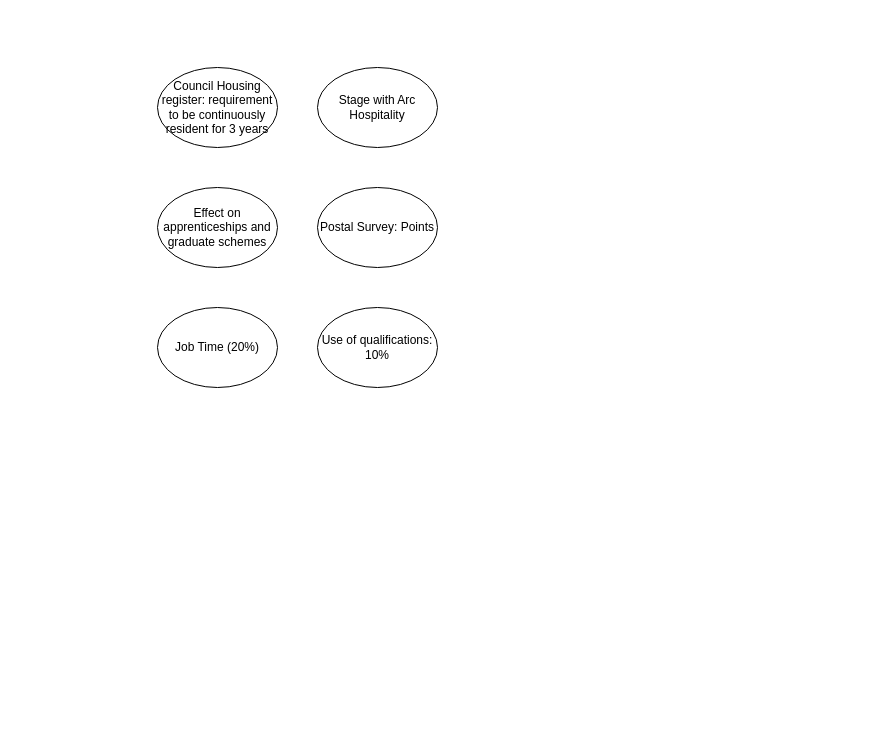
lbur092/New-Zealand-process keeps this draw.io diagram as Untitled Diagram.drawio. Above is the earlier version. Source tidied: cells renumbered, new cells numbered last; positions are measured from the earlier drawing's top-left corner, leaving out a move shared by most shapes. Both pictures are drawn from the tidied source at 100%, with x=0, y=0 at pixel (157, 67).
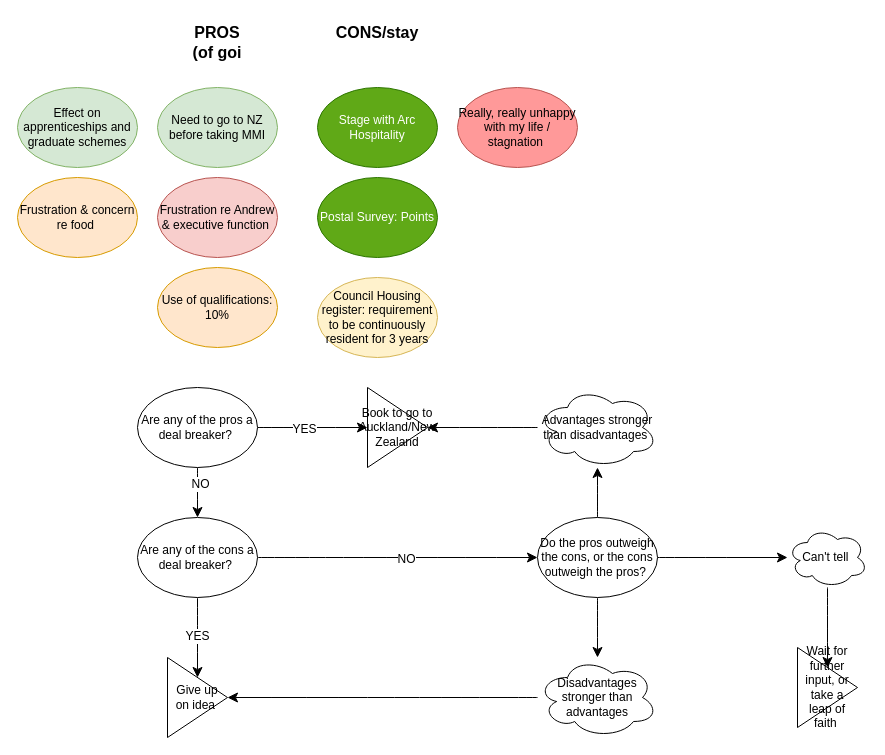
After the change.

What changed in the source:
```diff
@@
-    <mxCell id="2" value="Council Housing register: requirement to be continuously resident for 3 years " style="ellipse;whiteSpace=wrap;html=1;" parent="1" vertex="1">
-      <mxGeometry width="120" height="80" as="geometry" />
+    <mxCell id="2" value="Council Housing register: requirement to be continuously resident for 3 years " style="ellipse;whiteSpace=wrap;html=1;fontStyle=0;fillColor=#fff2cc;strokeColor=#d6b656;" parent="1" vertex="1">
+      <mxGeometry x="160" y="210" width="120" height="80" as="geometry" />
     </mxCell>
-    <mxCell id="3" value="Effect on apprenticeships and graduate schemes " style="ellipse;whiteSpace=wrap;html=1;" parent="1" vertex="1">
-      <mxGeometry y="120" width="120" height="80" as="geometry" />
+    <mxCell id="3" value="Effect on apprenticeships and graduate schemes " style="ellipse;whiteSpace=wrap;html=1;fillColor=#d5e8d4;strokeColor=#82b366;" parent="1" vertex="1">
+      <mxGeometry x="-140" y="20" width="120" height="80" as="geometry" />
     </mxCell>
-    <mxCell id="4" value="Stage with Arc Hospitality " style="ellipse;whiteSpace=wrap;html=1;" parent="1" vertex="1">
-      <mxGeometry x="160" width="120" height="80" as="geometry" />
+    <mxCell id="4" value="Stage with Arc Hospitality " style="ellipse;whiteSpace=wrap;html=1;fillColor=#60a917;strokeColor=#2D7600;fontColor=#ffffff;" parent="1" vertex="1">
+      <mxGeometry x="160" y="20" width="120" height="80" as="geometry" />
     </mxCell>
-    <mxCell id="5" value="Postal Survey: Points" style="ellipse;whiteSpace=wrap;html=1;" parent="1" vertex="1">
-      <mxGeometry x="160" y="120" width="120" height="80" as="geometry" />
+    <mxCell id="5" value="Postal Survey: Points" style="ellipse;whiteSpace=wrap;html=1;fillColor=#60a917;strokeColor=#2D7600;fontColor=#ffffff;" parent="1" vertex="1">
+      <mxGeometry x="160" y="110" width="120" height="80" as="geometry" />
     </mxCell>
-    <mxCell id="6" value="Job Time (20%) " style="ellipse;whiteSpace=wrap;html=1;" parent="1" vertex="1">
-      <mxGeometry y="240" width="120" height="80" as="geometry" />
-    </mxCell>
-    <mxCell id="7" value="Use of qualifications: 10% " style="ellipse;whiteSpace=wrap;html=1;" parent="1" vertex="1">
-      <mxGeometry x="160" y="240" width="120" height="80" as="geometry" />
+    <mxCell id="7" value="Use of qualifications: 10% " style="ellipse;whiteSpace=wrap;html=1;fillColor=#ffe6cc;strokeColor=#d79b00;" parent="1" vertex="1">
+      <mxGeometry y="200" width="120" height="80" as="geometry" />
     </mxCell>
+    <mxCell id="8" value="&lt;b&gt;PROS (of goi&lt;/b&gt;" style="text;strokeColor=none;fillColor=none;html=1;align=center;verticalAlign=middle;whiteSpace=wrap;rounded=0;fontSize=16;" parent="1" vertex="1">
+      <mxGeometry x="30" y="-40" width="60" height="30" as="geometry" />
+    </mxCell>
+    <mxCell id="9" value="&lt;b&gt;CONS/stay&lt;/b&gt;" style="text;strokeColor=none;fillColor=none;html=1;align=center;verticalAlign=middle;whiteSpace=wrap;rounded=0;fontSize=16;" parent="1" vertex="1">
+      <mxGeometry x="190" y="-50" width="60" height="30" as="geometry" />
+    </mxCell>
+    <mxCell id="10" value="Need to go to NZ before taking MMI" style="ellipse;whiteSpace=wrap;html=1;fillColor=#d5e8d4;strokeColor=#82b366;" parent="1" vertex="1">
+      <mxGeometry y="20" width="120" height="80" as="geometry" />
+    </mxCell>
+    <mxCell id="11" value="Frustration re Andrew &amp;amp; executive function&amp;nbsp;" style="ellipse;whiteSpace=wrap;html=1;fillColor=#f8cecc;strokeColor=#b85450;" parent="1" vertex="1">
+      <mxGeometry y="110" width="120" height="80" as="geometry" />
+    </mxCell>
+    <mxCell id="12" style="edgeStyle=none;curved=1;rounded=0;jettySize=auto;html=1;fontSize=12;startSize=8;endSize=8;" parent="1" edge="1" source="16" target="22">
+      <mxGeometry relative="1" as="geometry" />
+    </mxCell>
+    <mxCell id="13" value="NO" style="edgeLabel;html=1;align=center;verticalAlign=middle;fontSize=12;" parent="12" vertex="1">
+      <mxGeometry x="-0.36" y="2" relative="1" as="geometry" />
+    </mxCell>
+    <mxCell id="14" style="edgeStyle=none;curved=1;rounded=0;jettySize=auto;html=1;fontSize=12;startSize=8;endSize=8;" parent="1" edge="1" source="16" target="23">
+      <mxGeometry relative="1" as="geometry" />
+    </mxCell>
+    <mxCell id="15" value="YES" style="edgeLabel;html=1;align=center;verticalAlign=middle;fontSize=12;" parent="14" vertex="1">
+      <mxGeometry x="-0.16" y="-1" relative="1" as="geometry" />
+    </mxCell>
+    <mxCell id="16" value="Are any of the pros a deal breaker?&amp;nbsp;" style="ellipse;whiteSpace=wrap;html=1;" parent="1" vertex="1">
+      <mxGeometry x="-20" y="320" width="120" height="80" as="geometry" />
+    </mxCell>
+    <mxCell id="17" value="Frustration &amp;amp; concern re food&amp;nbsp;" style="ellipse;whiteSpace=wrap;html=1;fillColor=#ffe6cc;strokeColor=#d79b00;" parent="1" vertex="1">
+      <mxGeometry x="-140" y="110" width="120" height="80" as="geometry" />
+    </mxCell>
+    <mxCell id="18" style="edgeStyle=none;curved=1;rounded=0;jettySize=auto;html=1;fontSize=12;startSize=8;endSize=8;" parent="1" edge="1" source="22" target="24">
+      <mxGeometry relative="1" as="geometry" />
+    </mxCell>
+    <mxCell id="19" value="YES" style="edgeLabel;html=1;align=center;verticalAlign=middle;fontSize=12;" parent="18" vertex="1">
+      <mxGeometry x="-0.05" y="-1" relative="1" as="geometry" />
+    </mxCell>
+    <mxCell id="20" style="edgeStyle=none;curved=1;rounded=0;jettySize=auto;html=1;fontSize=12;startSize=8;endSize=8;" parent="1" edge="1" source="22" target="28">
+      <mxGeometry relative="1" as="geometry" />
+    </mxCell>
+    <mxCell id="21" value="NO" style="edgeLabel;html=1;align=center;verticalAlign=middle;fontSize=12;" parent="20" vertex="1">
+      <mxGeometry x="0.06" y="-1" relative="1" as="geometry" />
+    </mxCell>
+    <mxCell id="22" value="Are any of the cons a deal breaker?&amp;nbsp;" style="ellipse;whiteSpace=wrap;html=1;" parent="1" vertex="1">
+      <mxGeometry x="-20" y="450" width="120" height="80" as="geometry" />
+    </mxCell>
+    <mxCell id="23" value="Book to go to Auckland/New Zealand" style="triangle;whiteSpace=wrap;html=1;" parent="1" vertex="1">
+      <mxGeometry x="210" y="320" width="60" height="80" as="geometry" />
+    </mxCell>
+    <mxCell id="24" value="Give up on idea&amp;nbsp;" style="triangle;whiteSpace=wrap;html=1;" parent="1" vertex="1">
+      <mxGeometry x="10" y="590" width="60" height="80" as="geometry" />
+    </mxCell>
+    <mxCell id="25" style="edgeStyle=none;curved=1;rounded=0;jettySize=auto;html=1;fontSize=12;startSize=8;endSize=8;" parent="1" edge="1" source="28" target="31">
+      <mxGeometry relative="1" as="geometry" />
+    </mxCell>
+    <mxCell id="26" style="edgeStyle=none;curved=1;rounded=0;jettySize=auto;html=1;fontSize=12;startSize=8;endSize=8;" parent="1" edge="1" source="28" target="33">
+      <mxGeometry relative="1" as="geometry" />
+    </mxCell>
+    <mxCell id="27" style="edgeStyle=none;curved=1;rounded=0;jettySize=auto;html=1;fontSize=12;startSize=8;endSize=8;" parent="1" edge="1" source="28" target="36">
+      <mxGeometry relative="1" as="geometry" />
+    </mxCell>
+    <mxCell id="28" value="Do the pros outweigh the cons, or the cons outweigh the pros?&amp;nbsp;" style="ellipse;whiteSpace=wrap;html=1;" parent="1" vertex="1">
+      <mxGeometry x="380" y="450" width="120" height="80" as="geometry" />
+    </mxCell>
+    <mxCell id="29" style="edgeStyle=none;curved=0;rounded=0;jettySize=auto;html=1;fontSize=12;startSize=8;endSize=8;strokeColor=none;" parent="1" edge="1" source="31" target="23">
+      <mxGeometry relative="1" as="geometry" />
+    </mxCell>
+    <mxCell id="30" style="edgeStyle=none;curved=1;rounded=0;jettySize=auto;html=1;fontSize=12;startSize=8;endSize=8;" parent="1" edge="1" source="31" target="23">
+      <mxGeometry relative="1" as="geometry" />
+    </mxCell>
+    <mxCell id="31" value="Advantages stronger than disadvantages&amp;nbsp;" style="ellipse;shape=cloud;whiteSpace=wrap;html=1;" parent="1" vertex="1">
+      <mxGeometry x="380" y="320" width="120" height="80" as="geometry" />
+    </mxCell>
+    <mxCell id="32" style="edgeStyle=none;curved=1;rounded=0;jettySize=auto;html=1;fontSize=12;startSize=8;endSize=8;" parent="1" edge="1" source="33" target="24">
+      <mxGeometry relative="1" as="geometry" />
+    </mxCell>
+    <mxCell id="33" value="Disadvantages stronger than advantages" style="ellipse;shape=cloud;whiteSpace=wrap;html=1;" parent="1" vertex="1">
+      <mxGeometry x="380" y="590" width="120" height="80" as="geometry" />
+    </mxCell>
+    <mxCell id="34" value="Really, really unhappy with my life / stagnation&amp;nbsp;" style="ellipse;whiteSpace=wrap;html=1;fillColor=#FF9999;strokeColor=#b85450;" parent="1" vertex="1">
+      <mxGeometry x="300" y="20" width="120" height="80" as="geometry" />
+    </mxCell>
+    <mxCell id="35" style="edgeStyle=none;curved=1;rounded=0;jettySize=auto;html=1;fontSize=12;startSize=8;endSize=8;" parent="1" edge="1" source="36" target="37">
+      <mxGeometry relative="1" as="geometry" />
+    </mxCell>
+    <mxCell id="36" value="Can't tell&amp;nbsp;" style="ellipse;shape=cloud;whiteSpace=wrap;html=1;" parent="1" vertex="1">
+      <mxGeometry x="630" y="460" width="80" height="60" as="geometry" />
+    </mxCell>
+    <mxCell id="37" value="Wait for further input, or take a leap of faith&amp;nbsp;" style="triangle;whiteSpace=wrap;html=1;" parent="1" vertex="1">
+      <mxGeometry x="640" y="580" width="60" height="80" as="geometry" />
+    </mxCell>
```
